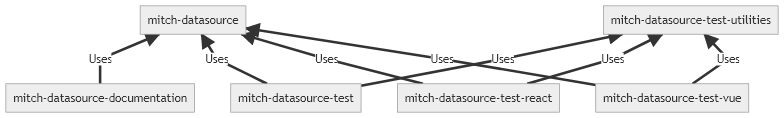
Before: projects/mitch-datasource-documentation/docs/manual/asset/architecture.png, a diagram exported from Mermaid (deltoss/mitch-datasource). Its source is kept beside it as projects/mitch-datasource-documentation/docs/manual/asset/architecture.mmd. Source of this version:
```mermaid
graph BT;
    mitch-datasource-documentation== Uses ==>mitch-datasource;
    mitch-datasource-test== Uses ==>mitch-datasource;
    mitch-datasource-test== Uses ==>mitch-datasource-test-utilities;
    mitch-datasource-test-react== Uses ==>mitch-datasource;
    mitch-datasource-test-react== Uses ==>mitch-datasource-test-utilities;
    mitch-datasource-test-vue== Uses ==>mitch-datasource;
    mitch-datasource-test-vue== Uses ==>mitch-datasource-test-utilities;
```
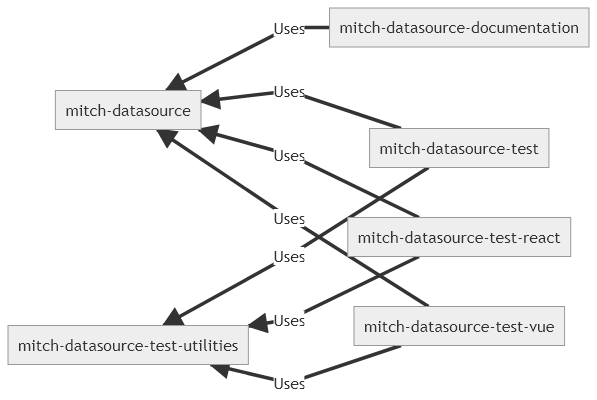
Later version of the same file.

Change to the diagram source:
```diff
@@ -1,4 +1,4 @@
-graph BT;
+graph RL;
     mitch-datasource-documentation== Uses ==>mitch-datasource;
     mitch-datasource-test== Uses ==>mitch-datasource;
     mitch-datasource-test== Uses ==>mitch-datasource-test-utilities;
```
